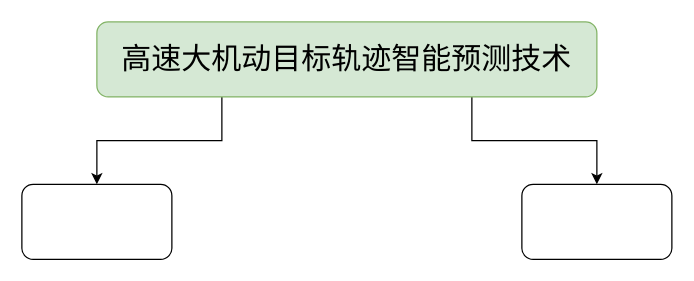
The draw.io diagram 轨迹预测框架.drawio in master-fency/plot, before the edit. Source tidied: cells renumbered, new cells numbered last; positions are measured from the earlier drawing's top-left corner, leaving out a move shared by most shapes. Both pictures are drawn from the tidied source at 125%, with x=0, y=0 at pixel (21, 21).
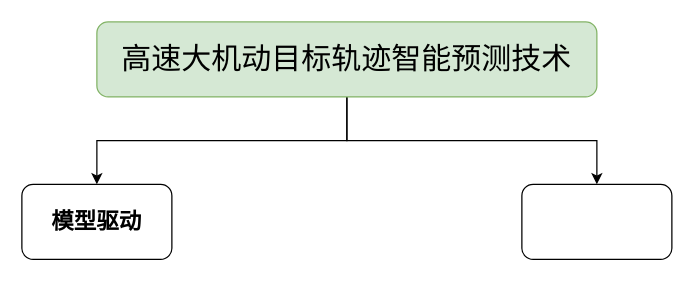
The same page after the edit.

Commit message:
更新轨迹预测框架.drawio

Change to the diagram source:
```diff
@@
 <mxGraphModel>
   <root>
     <mxCell id="0" />
     <mxCell id="1" parent="0" />
-    <mxCell id="2" style="edgeStyle=orthogonalEdgeStyle;rounded=0;jettySize=auto;html=1;exitX=0.25;exitY=1;exitDx=0;exitDy=0;entryX=0.5;entryY=0;entryDx=0;entryDy=0;" parent="1" edge="1" source="4" target="5">
+    <mxCell id="2" style="edgeStyle=orthogonalEdgeStyle;rounded=0;jettySize=auto;html=1;exitX=0.5;exitY=1;exitDx=0;exitDy=0;entryX=0.5;entryY=0;entryDx=0;entryDy=0;" parent="1" edge="1" source="4" target="5">
       <mxGeometry relative="1" as="geometry" />
     </mxCell>
-    <mxCell id="3" style="edgeStyle=orthogonalEdgeStyle;rounded=0;jettySize=auto;html=1;exitX=0.75;exitY=1;exitDx=0;exitDy=0;entryX=0.5;entryY=0;entryDx=0;entryDy=0;" parent="1" edge="1" source="4" target="6">
+    <mxCell id="3" style="edgeStyle=orthogonalEdgeStyle;rounded=0;jettySize=auto;html=1;exitX=0.5;exitY=1;exitDx=0;exitDy=0;entryX=0.5;entryY=0;entryDx=0;entryDy=0;" parent="1" edge="1" source="4" target="6">
       <mxGeometry relative="1" as="geometry" />
     </mxCell>
     <mxCell id="4" value="&lt;span class=&quot;a0&quot;&gt;&lt;span style=&quot;font-size:18.0pt;&lt;br/&gt;mso-bidi-font-family:&amp;quot;Times New Roman&amp;quot;;mso-ansi-language:EN-US;mso-fareast-language:&lt;br/&gt;ZH-CN;mso-bidi-language:AR-SA&quot;&gt;&lt;font face=&quot;Times New Roman&quot;&gt;高速大机动目标轨迹智能预测技术&lt;/font&gt;&lt;/span&gt;&lt;/span&gt;" style="rounded=1;whiteSpace=wrap;html=1;fillColor=#d5e8d4;strokeColor=#82b366;" parent="1" vertex="1">
       <mxGeometry x="60" width="400" height="60" as="geometry" />
     </mxCell>
-    <mxCell id="5" style="rounded=1;whiteSpace=wrap;html=1;" parent="1" vertex="1">
+    <mxCell id="5" value="&lt;h2&gt;&lt;font face=&quot;Times New Roman&quot;&gt;模型驱动&lt;/font&gt;&lt;/h2&gt;" style="rounded=1;whiteSpace=wrap;html=1;" parent="1" vertex="1">
       <mxGeometry y="130" width="120" height="60" as="geometry" />
     </mxCell>
     <mxCell id="6" style="rounded=1;whiteSpace=wrap;html=1;" parent="1" vertex="1">
       <mxGeometry x="400" y="130" width="120" height="60" as="geometry" />
     </mxCell>
   </root>
 </mxGraphModel>
```
